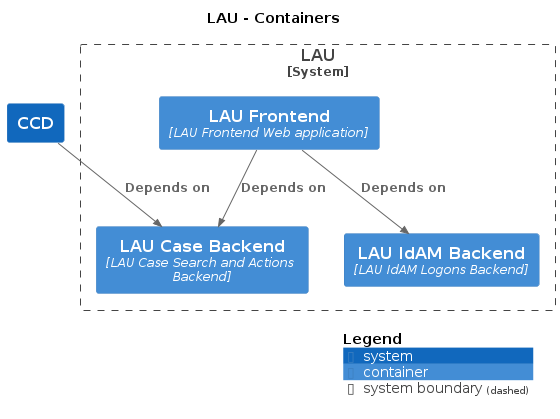
Earlier version of the PlantUML export docs/c4/lau/images/structurizr-lau-overview.png (hmcts/cnp-api-docs). Source of this version:
```plantuml
@startuml
title LAU - Containers

top to bottom direction

!include https://raw.githubusercontent.com/plantuml-stdlib/C4-PlantUML/master/C4.puml
!include https://raw.githubusercontent.com/plantuml-stdlib/C4-PlantUML/master/C4_Context.puml
!include https://raw.githubusercontent.com/plantuml-stdlib/C4-PlantUML/master/C4_Container.puml

System(CCD, "CCD", "", $tags="")

System_Boundary("LAU_boundary", "LAU") {
  Container(LAU.LAUCaseBackend, "LAU Case Backend", "LAU Case Search and Actions Backend", $tags="")
  Container(LAU.LAUIdAMBackend, "LAU IdAM Backend", "LAU IdAM Logons Backend", $tags="")
  Container(LAU.LAUFrontend, "LAU Frontend", "LAU Frontend Web application", $tags="")
}

Rel_D(LAU.LAUFrontend, LAU.LAUCaseBackend, "Depends on", $tags="")
Rel_D(LAU.LAUFrontend, LAU.LAUIdAMBackend, "Depends on", $tags="")
Rel_D(CCD, LAU.LAUCaseBackend, "Depends on", $tags="")

SHOW_DYNAMIC_LEGEND()
@enduml
```
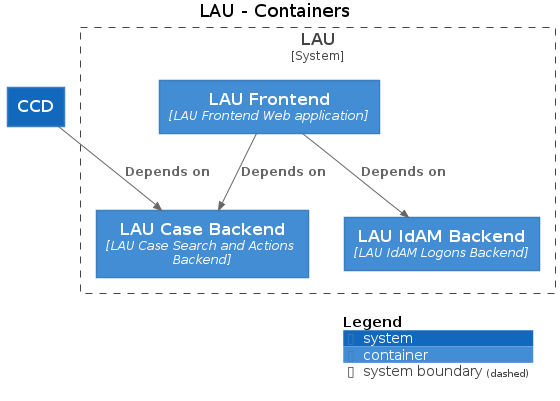
Above is the later version.

Change to the diagram source:
```diff
@@ -3,21 +3,21 @@
 
 top to bottom direction
 
-!include https://raw.githubusercontent.com/plantuml-stdlib/C4-PlantUML/master/C4.puml
-!include https://raw.githubusercontent.com/plantuml-stdlib/C4-PlantUML/master/C4_Context.puml
-!include https://raw.githubusercontent.com/plantuml-stdlib/C4-PlantUML/master/C4_Container.puml
+!includeurl https://raw.githubusercontent.com/plantuml-stdlib/C4-PlantUML/master/C4.puml
+!includeurl https://raw.githubusercontent.com/plantuml-stdlib/C4-PlantUML/master/C4_Context.puml
+!includeurl https://raw.githubusercontent.com/plantuml-stdlib/C4-PlantUML/master/C4_Container.puml
 
-System(CCD, "CCD", "", $tags="")
+System(CCD, "CCD", "")
 
 System_Boundary("LAU_boundary", "LAU") {
-  Container(LAU.LAUCaseBackend, "LAU Case Backend", "LAU Case Search and Actions Backend", $tags="")
-  Container(LAU.LAUIdAMBackend, "LAU IdAM Backend", "LAU IdAM Logons Backend", $tags="")
-  Container(LAU.LAUFrontend, "LAU Frontend", "LAU Frontend Web application", $tags="")
+  Container(LAU.LAUCaseBackend, "LAU Case Backend", "LAU Case Search and Actions Backend")
+  Container(LAU.LAUIdAMBackend, "LAU IdAM Backend", "LAU IdAM Logons Backend")
+  Container(LAU.LAUFrontend, "LAU Frontend", "LAU Frontend Web application")
 }
 
-Rel_D(LAU.LAUFrontend, LAU.LAUCaseBackend, "Depends on", $tags="")
-Rel_D(LAU.LAUFrontend, LAU.LAUIdAMBackend, "Depends on", $tags="")
-Rel_D(CCD, LAU.LAUCaseBackend, "Depends on", $tags="")
+Rel_D(LAU.LAUFrontend, LAU.LAUCaseBackend, "Depends on")
+Rel_D(LAU.LAUFrontend, LAU.LAUIdAMBackend, "Depends on")
+Rel_D(CCD, LAU.LAUCaseBackend, "Depends on")
 
 SHOW_DYNAMIC_LEGEND()
 @enduml
```
